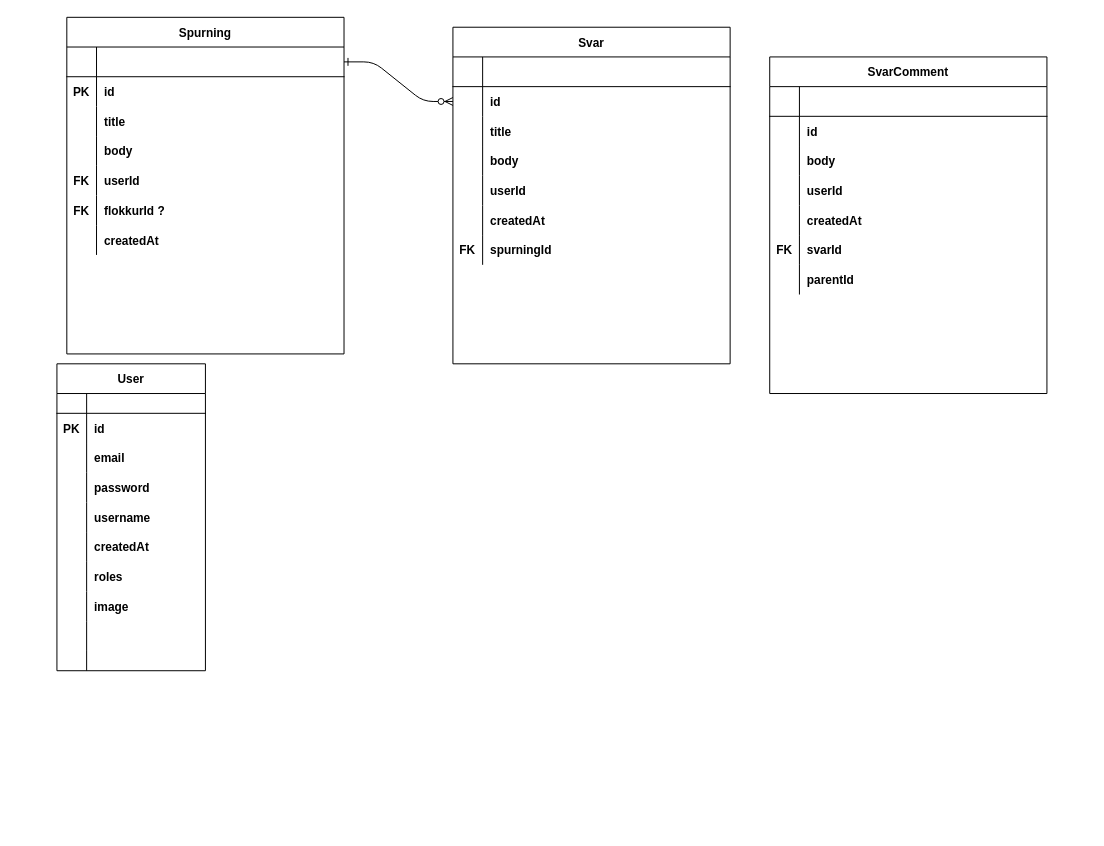
Above: Untitled Diagram.drawio in ivamtra/idordaverkefni (draw.io), before the change. Source tidied: cells renumbered, new cells numbered last; positions are measured from the earlier drawing's top-left corner, leaving out a move shared by most shapes. Both pictures are drawn from the tidied source at 99%, with x=0, y=0 at pixel (56, 17).
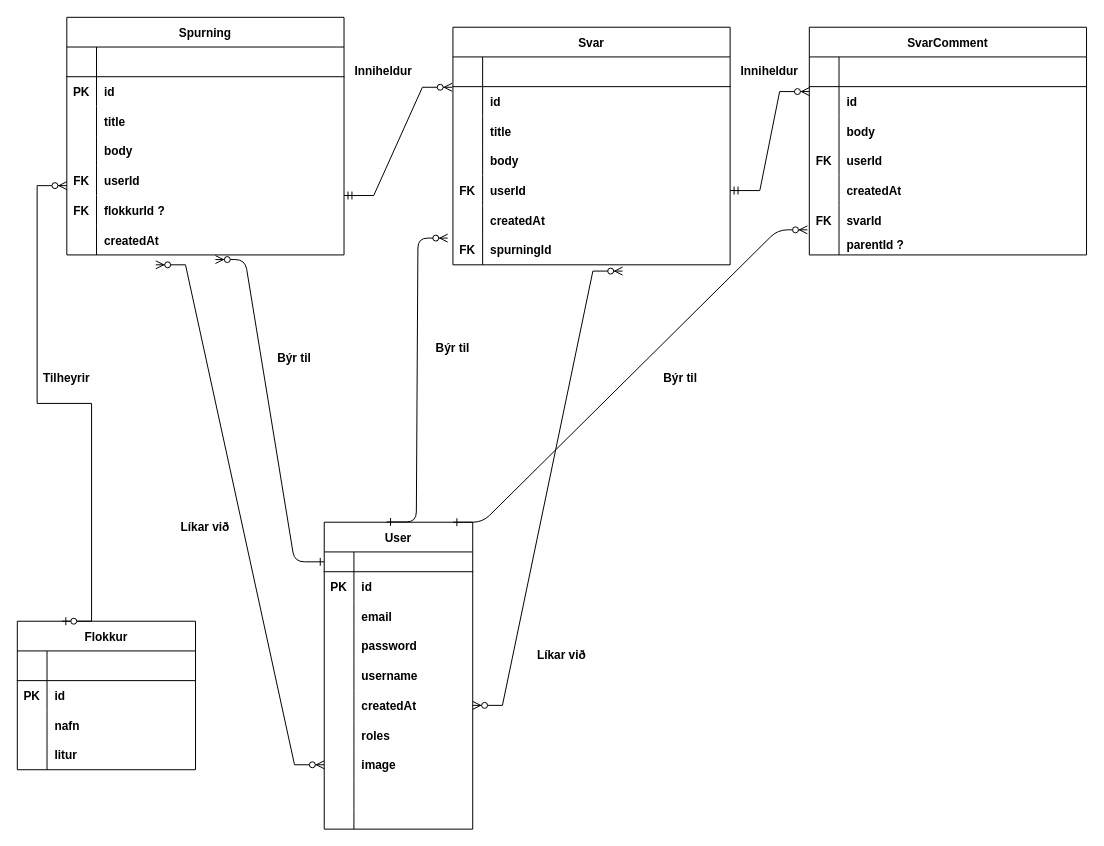
Above is the later version.

The change refers to these unchanged cells:
```xml
<mxCell id="4" style="shape=partialRectangle;fillColor=none;points=[[0,0.5],[1,0.5]];portConstraint=eastwest;top=0;left=0;right=0;bottom=1;" parent="3" vertex="1">
  <mxGeometry y="30" width="280" height="30" as="geometry" />
</mxCell>
<mxCell id="22" style="shape=partialRectangle;fillColor=none;points=[[0,0.5],[1,0.5]];portConstraint=eastwest;top=0;left=0;right=0;bottom=0;" parent="3" vertex="1">
  <mxGeometry y="210" width="280" height="30" as="geometry" />
</mxCell>
<mxCell id="26" style="shape=tableRow;horizontal=0;startSize=0;swimlaneHead=0;swimlaneBody=0;fillColor=none;points=[[0,0.5],[1,0.5]];portConstraint=eastwest;top=0;left=0;right=0;bottom=1;" parent="25" vertex="1">
  <mxGeometry y="30" width="150" height="20" as="geometry" />
</mxCell>
<mxCell id="41" style="shape=tableRow;horizontal=0;startSize=0;swimlaneHead=0;swimlaneBody=0;fillColor=none;points=[[0,0.5],[1,0.5]];portConstraint=eastwest;top=0;left=0;right=0;bottom=0;" parent="25" vertex="1">
  <mxGeometry y="170" width="150" height="30" as="geometry" />
</mxCell>
<mxCell id="47" style="shape=tableRow;horizontal=0;startSize=0;swimlaneHead=0;swimlaneBody=0;fillColor=none;points=[[0,0.5],[1,0.5]];portConstraint=eastwest;top=0;left=0;right=0;bottom=0;" parent="25" vertex="1">
  <mxGeometry y="230" width="150" height="30" as="geometry" />
</mxCell>
<mxCell id="60" style="shape=partialRectangle;fillColor=none;points=[[0,0.5],[1,0.5]];portConstraint=eastwest;top=0;left=0;right=0;bottom=0;" parent="56" vertex="1">
  <mxGeometry y="60" width="280" height="30" as="geometry" />
</mxCell>
<mxCell id="69" style="shape=partialRectangle;fillColor=none;points=[[0,0.5],[1,0.5]];portConstraint=eastwest;top=0;left=0;right=0;bottom=0;" parent="56" vertex="1">
  <mxGeometry y="150" width="280" height="30" as="geometry" />
</mxCell>
<mxCell id="75" style="shape=partialRectangle;fillColor=none;points=[[0,0.5],[1,0.5]];portConstraint=eastwest;top=0;left=0;right=0;bottom=0;" parent="56" vertex="1">
  <mxGeometry y="210" width="280" height="30" as="geometry" />
</mxCell>
<mxCell id="88" style="shape=partialRectangle;fillColor=none;top=0;left=0;right=0;bottom=0;" parent="78" vertex="1">
  <mxGeometry y="120" width="280" height="30" as="geometry" />
</mxCell>
```

What changed in the source:
```diff
@@
-    <mxCell id="2" style="edgeStyle=entityRelationEdgeStyle;endArrow=ERzeroToMany;startArrow=ERone;endFill=1;startFill=0;entryX=0;entryY=0.5;entryDx=0;entryDy=0;" parent="1" edge="1" source="4" target="60">
-      <mxGeometry relative="1" as="geometry" />
-    </mxCell>
     <mxCell id="3" value="Spurning" style="shape=table;startSize=30;childLayout=tableLayout;rowLines=0;fontStyle=1;align=center;" parent="1" vertex="1">
-      <mxGeometry x="10" width="280" height="340" as="geometry" />
+      <mxGeometry x="10" width="280" height="240" as="geometry" />
     </mxCell>
@@
     <mxCell id="25" value="User" style="shape=table;startSize=30;childLayout=tableLayout;rowLines=0;fontStyle=1;align=center;" parent="1" vertex="1">
-      <mxGeometry y="350" width="150" height="310" as="geometry" />
+      <mxGeometry x="270" y="510" width="150" height="310" as="geometry" />
     </mxCell>
@@
     <mxCell id="56" value="Svar" style="shape=table;startSize=30;childLayout=tableLayout;rowLines=0;fontStyle=1;align=center;" parent="1" vertex="1">
-      <mxGeometry x="400" y="10" width="280" height="340" as="geometry" />
+      <mxGeometry x="400" y="10" width="280" height="240" as="geometry" />
     </mxCell>
@@
-    <mxCell id="70" style="shape=partialRectangle;overflow=hidden;fillColor=none;top=0;left=0;bottom=0;right=0;" parent="69" vertex="1">
+    <mxCell id="70" value="FK" style="shape=partialRectangle;overflow=hidden;fillColor=none;top=0;left=0;bottom=0;right=0;fontStyle=1;" parent="69" vertex="1">
       <mxGeometry width="30" height="30" as="geometry" />
     </mxCell>
@@
     <mxCell id="78" value="SvarComment" style="shape=table;startSize=30;childLayout=tableLayout;rowLines=0;fontStyle=1;align=center;" parent="1" vertex="1">
-      <mxGeometry x="720" y="40" width="280" height="340" as="geometry" />
+      <mxGeometry x="760" y="10" width="280" height="230" as="geometry" />
     </mxCell>
@@
-    <mxCell id="89" style="shape=partialRectangle;overflow=hidden;fillColor=none;top=0;left=0;bottom=0;right=0;" parent="88" vertex="1">
+    <mxCell id="89" value="FK" style="shape=partialRectangle;overflow=hidden;fillColor=none;top=0;left=0;bottom=0;right=0;fontStyle=1;" parent="88" vertex="1">
       <mxGeometry width="30" height="30" as="geometry" />
     </mxCell>
@@
     <mxCell id="97" style="shape=partialRectangle;fillColor=none;points=[[0,0.5],[1,0.5]];portConstraint=eastwest;top=0;left=0;right=0;bottom=0;" parent="78" vertex="1">
-      <mxGeometry y="210" width="280" height="30" as="geometry" />
+      <mxGeometry y="210" width="280" height="20" as="geometry" />
     </mxCell>
     <mxCell id="98" style="shape=partialRectangle;overflow=hidden;fillColor=none;top=0;left=0;bottom=0;right=0;fontStyle=1;" parent="97" vertex="1">
-      <mxGeometry width="30" height="30" as="geometry" />
+      <mxGeometry width="30" height="20" as="geometry" />
     </mxCell>
-    <mxCell id="99" value="parentId" style="shape=partialRectangle;overflow=hidden;fillColor=none;top=0;left=0;bottom=0;right=0;align=left;spacingLeft=6;fontStyle=1;" parent="97" vertex="1">
-      <mxGeometry x="30" width="250" height="30" as="geometry" />
+    <mxCell id="99" value="parentId ?" style="shape=partialRectangle;overflow=hidden;fillColor=none;top=0;left=0;bottom=0;right=0;align=left;spacingLeft=6;fontStyle=1;" parent="97" vertex="1">
+      <mxGeometry x="30" width="250" height="20" as="geometry" />
     </mxCell>
+    <mxCell id="100" value="Flokkur" style="shape=table;startSize=30;childLayout=tableLayout;rowLines=0;fontStyle=1;align=center;" parent="1" vertex="1">
+      <mxGeometry x="-40" y="610" width="180" height="150" as="geometry" />
+    </mxCell>
+    <mxCell id="101" style="shape=tableRow;horizontal=0;startSize=0;swimlaneHead=0;swimlaneBody=0;fillColor=none;top=0;left=0;right=0;bottom=1;" parent="100" vertex="1">
+      <mxGeometry y="30" width="180" height="30" as="geometry" />
+    </mxCell>
+    <mxCell id="102" style="shape=partialRectangle;fillColor=none;top=0;left=0;bottom=0;right=0;fontStyle=1;overflow=hidden;" parent="101" vertex="1">
+      <mxGeometry width="30" height="30" as="geometry" />
+    </mxCell>
+    <mxCell id="103" style="shape=partialRectangle;fillColor=none;top=0;left=0;bottom=0;right=0;align=left;spacingLeft=6;fontStyle=5;overflow=hidden;" parent="101" vertex="1">
+      <mxGeometry x="30" width="150" height="30" as="geometry" />
+    </mxCell>
+    <mxCell id="104" style="shape=tableRow;horizontal=0;startSize=0;swimlaneHead=0;swimlaneBody=0;fillColor=none;top=0;left=0;right=0;bottom=0;" parent="100" vertex="1">
+      <mxGeometry y="60" width="180" height="30" as="geometry" />
+    </mxCell>
+    <mxCell id="105" value="PK" style="shape=partialRectangle;fillColor=none;top=0;left=0;bottom=0;right=0;overflow=hidden;fontStyle=1;" parent="104" vertex="1">
+      <mxGeometry width="30" height="30" as="geometry" />
+    </mxCell>
+    <mxCell id="106" value="id" style="shape=partialRectangle;fillColor=none;top=0;left=0;bottom=0;right=0;align=left;spacingLeft=6;overflow=hidden;fontStyle=1;" parent="104" vertex="1">
+      <mxGeometry x="30" width="150" height="30" as="geometry" />
+    </mxCell>
+    <mxCell id="107" style="shape=tableRow;horizontal=0;startSize=0;swimlaneHead=0;swimlaneBody=0;fillColor=none;top=0;left=0;right=0;bottom=0;" parent="100" vertex="1">
+      <mxGeometry y="90" width="180" height="30" as="geometry" />
+    </mxCell>
+    <mxCell id="108" style="shape=partialRectangle;fillColor=none;top=0;left=0;bottom=0;right=0;overflow=hidden;" parent="107" vertex="1">
+      <mxGeometry width="30" height="30" as="geometry" />
+    </mxCell>
+    <mxCell id="109" value="nafn" style="shape=partialRectangle;fillColor=none;top=0;left=0;bottom=0;right=0;align=left;spacingLeft=6;overflow=hidden;fontStyle=1;" parent="107" vertex="1">
+      <mxGeometry x="30" width="150" height="30" as="geometry" />
+    </mxCell>
+    <mxCell id="110" style="shape=tableRow;horizontal=0;startSize=0;swimlaneHead=0;swimlaneBody=0;fillColor=none;top=0;left=0;right=0;bottom=0;" parent="100" vertex="1">
+      <mxGeometry y="120" width="180" height="30" as="geometry" />
+    </mxCell>
+    <mxCell id="111" style="shape=partialRectangle;fillColor=none;top=0;left=0;bottom=0;right=0;overflow=hidden;" parent="110" vertex="1">
+      <mxGeometry width="30" height="30" as="geometry" />
+    </mxCell>
+    <mxCell id="112" value="litur" style="shape=partialRectangle;fillColor=none;top=0;left=0;bottom=0;right=0;align=left;spacingLeft=6;overflow=hidden;fontStyle=1;" parent="110" vertex="1">
+      <mxGeometry x="30" width="150" height="30" as="geometry" />
+    </mxCell>
+    <mxCell id="113" style="edgeStyle=entityRelationEdgeStyle;endArrow=ERzeroToMany;startArrow=ERone;endFill=1;startFill=0;exitX=0;exitY=0.5;exitDx=0;exitDy=0;entryX=0.536;entryY=1.156;entryDx=0;entryDy=0;entryPerimeter=0;" parent="1" edge="1" source="26" target="22">
+      <mxGeometry relative="1" as="geometry" />
+    </mxCell>
+    <mxCell id="114" style="edgeStyle=entityRelationEdgeStyle;endArrow=ERzeroToMany;startArrow=ERone;endFill=1;startFill=0;exitX=0.42;exitY=-0.001;exitDx=0;exitDy=0;entryX=-0.019;entryY=0.1;entryDx=0;entryDy=0;entryPerimeter=0;exitPerimeter=0;" parent="1" edge="1" source="25" target="75">
+      <mxGeometry relative="1" as="geometry" />
+    </mxCell>
+    <mxCell id="115" style="edgeStyle=entityRelationEdgeStyle;endArrow=ERzeroToMany;startArrow=ERone;endFill=1;startFill=0;exitX=0.42;exitY=-0.001;exitDx=0;exitDy=0;entryX=-0.007;entryY=-0.267;entryDx=0;entryDy=0;entryPerimeter=0;exitPerimeter=0;" parent="1" edge="1" target="97">
+      <mxGeometry relative="1" as="geometry">
+        <mxPoint x="400" y="510" as="sourcePoint" />
+      </mxGeometry>
+    </mxCell>
+    <mxCell id="116" style="edgeStyle=entityRelationEdgeStyle;fontSize=12;html=1;endArrow=ERzeroToMany;endFill=1;startArrow=ERzeroToMany;rounded=0;entryX=0.321;entryY=1.333;entryDx=0;entryDy=0;entryPerimeter=0;exitX=0;exitY=0.5;exitDx=0;exitDy=0;" parent="1" edge="1" source="47" target="22">
+      <mxGeometry relative="1" as="geometry" />
+    </mxCell>
+    <mxCell id="117" style="edgeStyle=entityRelationEdgeStyle;fontSize=12;html=1;endArrow=ERzeroToMany;endFill=1;startArrow=ERzeroToMany;rounded=0;entryX=0.612;entryY=1.211;entryDx=0;entryDy=0;entryPerimeter=0;exitX=1;exitY=0.5;exitDx=0;exitDy=0;" parent="1" edge="1" source="41" target="75">
+      <mxGeometry relative="1" as="geometry" />
+    </mxCell>
+    <mxCell id="118" style="edgeStyle=entityRelationEdgeStyle;fontSize=12;html=1;endArrow=ERzeroToMany;startArrow=ERzeroToOne;rounded=0;exitX=0.25;exitY=0;exitDx=0;exitDy=0;" parent="1" edge="1" source="100">
+      <mxGeometry relative="1" as="geometry">
+        <mxPoint x="10" y="170" as="targetPoint" />
+      </mxGeometry>
+    </mxCell>
+    <mxCell id="119" value="&lt;b&gt;Tilheyrir&lt;/b&gt;" style="text;html=1;strokeColor=none;fillColor=none;align=center;verticalAlign=middle;whiteSpace=wrap;rounded=0;" parent="1" vertex="1">
+      <mxGeometry x="-20" y="350" width="60" height="30" as="geometry" />
+    </mxCell>
+    <mxCell id="120" value="&lt;b&gt;Líkar við&lt;br&gt;&lt;/b&gt;" style="text;html=1;strokeColor=none;fillColor=none;align=center;verticalAlign=middle;whiteSpace=wrap;rounded=0;" parent="1" vertex="1">
+      <mxGeometry x="120" y="500" width="60" height="30" as="geometry" />
+    </mxCell>
+    <mxCell id="121" value="&lt;b&gt;Líkar við&lt;br&gt;&lt;/b&gt;" style="text;html=1;strokeColor=none;fillColor=none;align=center;verticalAlign=middle;whiteSpace=wrap;rounded=0;" parent="1" vertex="1">
+      <mxGeometry x="480" y="630" width="60" height="30" as="geometry" />
+    </mxCell>
+    <mxCell id="122" value="&lt;b&gt;Inniheldur&lt;/b&gt;&lt;b&gt;&lt;br&gt;&lt;/b&gt;" style="text;html=1;strokeColor=none;fillColor=none;align=center;verticalAlign=middle;whiteSpace=wrap;rounded=0;" parent="1" vertex="1">
+      <mxGeometry x="300" y="40" width="60" height="30" as="geometry" />
+    </mxCell>
+    <mxCell id="123" value="&lt;b&gt;Inniheldur&lt;/b&gt;&lt;b&gt;&lt;br&gt;&lt;/b&gt;" style="text;html=1;strokeColor=none;fillColor=none;align=center;verticalAlign=middle;whiteSpace=wrap;rounded=0;" parent="1" vertex="1">
+      <mxGeometry x="690" y="40" width="60" height="30" as="geometry" />
+    </mxCell>
+    <mxCell id="124" style="edgeStyle=entityRelationEdgeStyle;fontSize=12;html=1;endArrow=ERzeroToMany;startArrow=ERmandOne;rounded=0;entryX=-0.003;entryY=0.022;entryDx=0;entryDy=0;entryPerimeter=0;" parent="1" edge="1" target="60">
+      <mxGeometry relative="1" as="geometry">
+        <mxPoint x="290" y="180" as="sourcePoint" />
+      </mxGeometry>
+    </mxCell>
+    <mxCell id="125" style="edgeStyle=entityRelationEdgeStyle;fontSize=12;html=1;endArrow=ERzeroToMany;startArrow=ERmandOne;rounded=0;exitX=1;exitY=0.5;exitDx=0;exitDy=0;" parent="1" edge="1" source="69">
+      <mxGeometry relative="1" as="geometry">
+        <mxPoint x="760" y="75" as="targetPoint" />
+      </mxGeometry>
+    </mxCell>
+    <mxCell id="126" value="&lt;b&gt;Býr til&lt;br&gt;&lt;/b&gt;" style="text;html=1;strokeColor=none;fillColor=none;align=center;verticalAlign=middle;whiteSpace=wrap;rounded=0;" parent="1" vertex="1">
+      <mxGeometry x="210" y="330" width="60" height="30" as="geometry" />
+    </mxCell>
+    <mxCell id="127" value="&lt;b&gt;Býr til&lt;br&gt;&lt;/b&gt;" style="text;html=1;strokeColor=none;fillColor=none;align=center;verticalAlign=middle;whiteSpace=wrap;rounded=0;" parent="1" vertex="1">
+      <mxGeometry x="370" y="320" width="60" height="30" as="geometry" />
+    </mxCell>
+    <mxCell id="128" value="&lt;b&gt;Býr til&lt;br&gt;&lt;/b&gt;" style="text;html=1;strokeColor=none;fillColor=none;align=center;verticalAlign=middle;whiteSpace=wrap;rounded=0;" parent="1" vertex="1">
+      <mxGeometry x="600" y="350" width="60" height="30" as="geometry" />
+    </mxCell>
```
